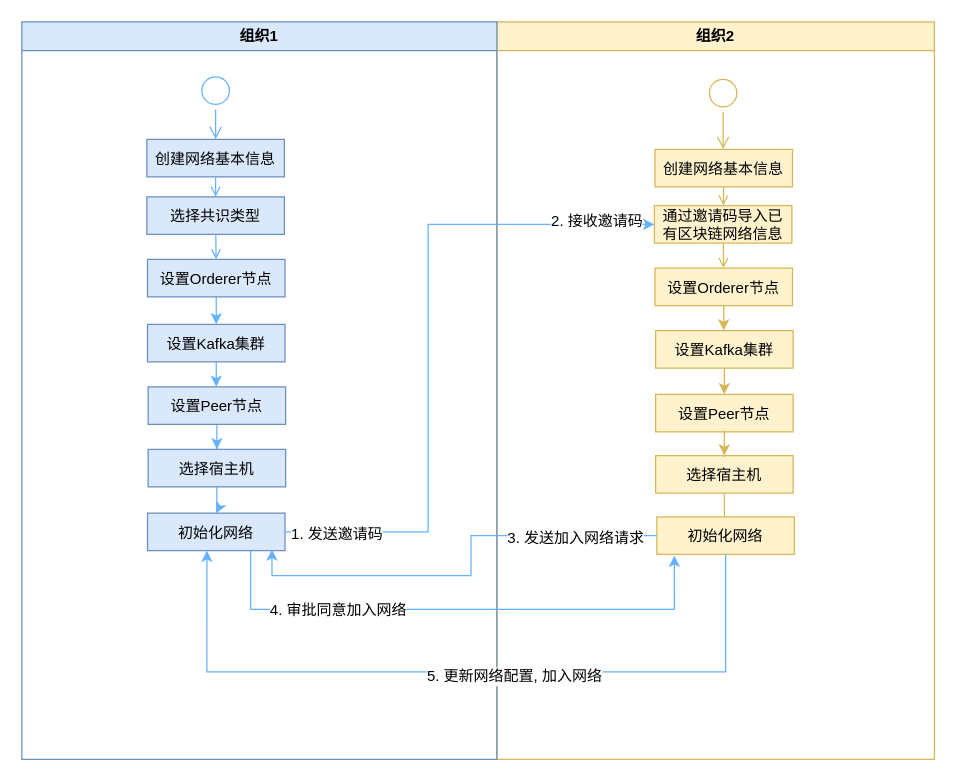
Before: repository/drawio/postb/上线部署-重点流程描述.drawio in dilide/collections, a draw.io diagram. Source tidied: cells renumbered, new cells numbered last; positions are measured from the earlier drawing's top-left corner, leaving out a move shared by most shapes. Both pictures are drawn from the tidied source at 125%, with x=0, y=0 at pixel (21, 21).
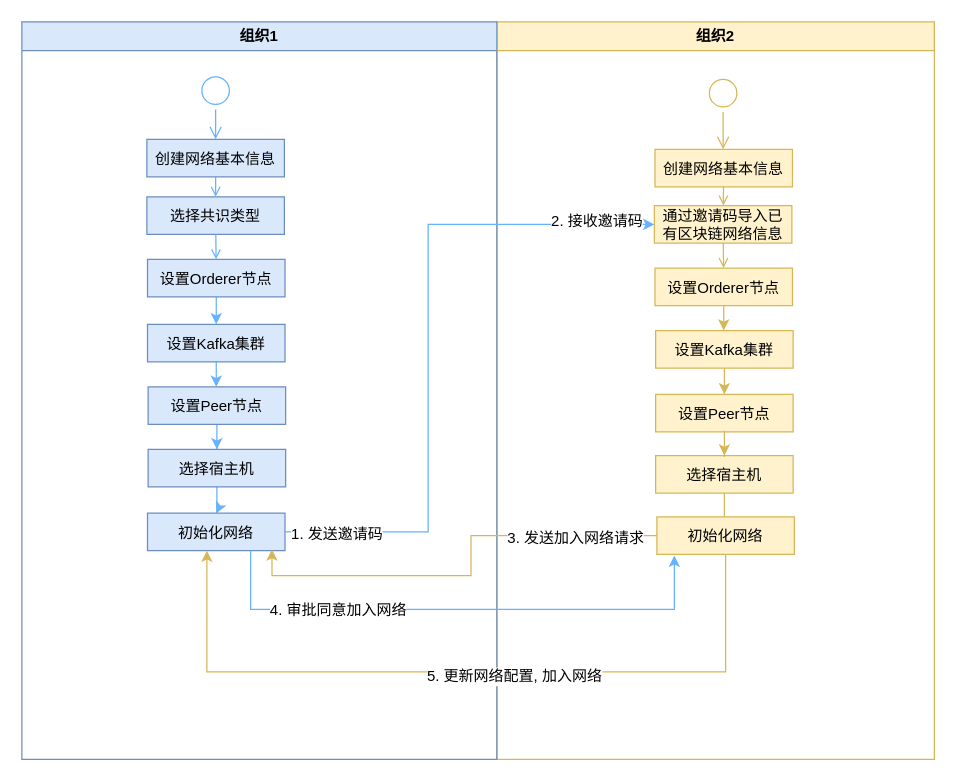
The same diagram, later.

Commit message:
Update 上线部署-重点流程描述.drawio

Unchanged cells that the change refers to:
```xml
<mxCell id="17" value="初始化网络" style="fillColor=#fff2cc;strokeColor=#d6b656;" parent="2" vertex="1">
  <mxGeometry x="128" y="396" width="110" height="30" as="geometry" />
</mxCell>
<mxCell id="32" value="初始化网络" style="fillColor=#dae8fc;strokeColor=#6c8ebf;" parent="18" vertex="1">
  <mxGeometry x="100.5" y="393" width="110" height="30" as="geometry" />
</mxCell>
```

What changed in the source:
```diff
@@
-    <mxCell id="37" style="edgeStyle=orthogonalEdgeStyle;rounded=0;jettySize=auto;html=1;exitX=0;exitY=0.5;exitDx=0;exitDy=0;entryX=0.905;entryY=0.967;entryDx=0;entryDy=0;entryPerimeter=0;strokeColor=#66B2FF;" parent="1" edge="1" source="17" target="32">
+    <mxCell id="37" style="edgeStyle=orthogonalEdgeStyle;rounded=0;jettySize=auto;html=1;exitX=0;exitY=0.5;exitDx=0;exitDy=0;entryX=0.905;entryY=0.967;entryDx=0;entryDy=0;entryPerimeter=0;strokeColor=#d6b656;fillColor=#fff2cc;" parent="1" edge="1" source="17" target="32">
       <mxGeometry relative="1" as="geometry" />
     </mxCell>
@@
-    <mxCell id="41" style="edgeStyle=orthogonalEdgeStyle;rounded=0;jettySize=auto;html=1;exitX=0.5;exitY=1;exitDx=0;exitDy=0;entryX=0.432;entryY=1;entryDx=0;entryDy=0;entryPerimeter=0;strokeColor=#66B2FF;" parent="1" edge="1" source="17" target="32">
+    <mxCell id="41" style="edgeStyle=orthogonalEdgeStyle;rounded=0;jettySize=auto;html=1;exitX=0.5;exitY=1;exitDx=0;exitDy=0;entryX=0.432;entryY=1;entryDx=0;entryDy=0;entryPerimeter=0;strokeColor=#d6b656;fillColor=#fff2cc;" parent="1" edge="1" source="17" target="32">
       <mxGeometry relative="1" as="geometry">
         <Array as="points">
           <mxPoint x="563" y="520" />
           <mxPoint x="148" y="520" />
         </Array>
       </mxGeometry>
     </mxCell>
```
